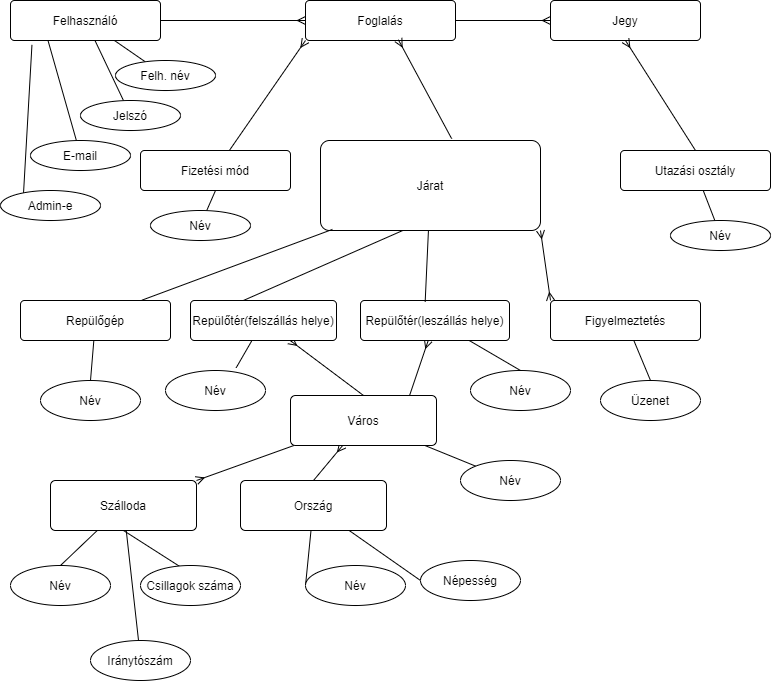
The draw.io diagram repulo_ek.png in kisscsanadd/AdatBazis-Repulos-Projekt, before a commit. Source tidied: cells renumbered, new cells last; positions are measured from the earlier drawing's top-left corner, leaving out a move shared by most shapes.
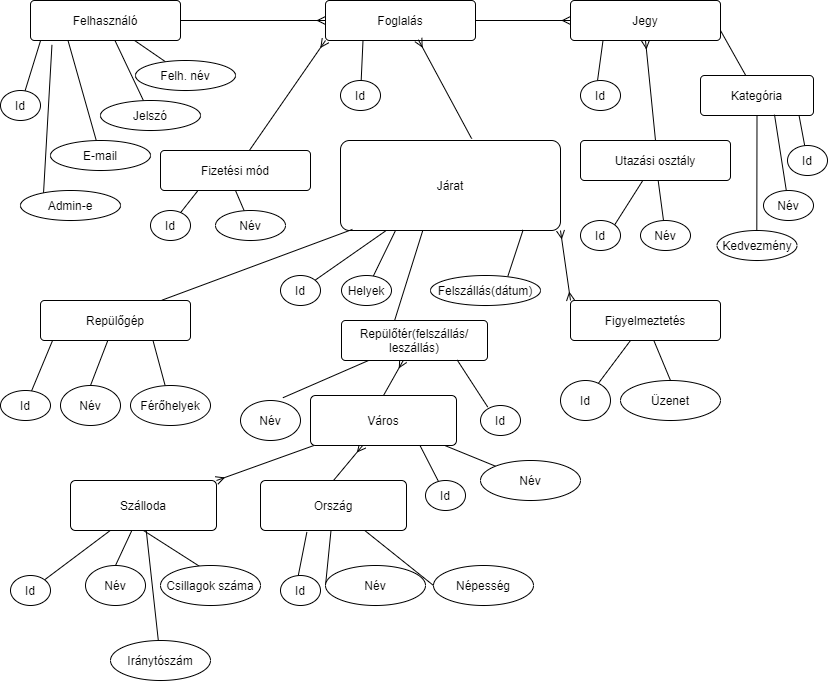
Later version of the same file.

What changed in the source:
```diff
@@ -20,24 +20,12 @@
     <mxCell id="7" style="edgeStyle=none;rounded=0;jettySize=auto;html=1;entryX=0.707;entryY=-0.069;entryDx=0;entryDy=0;entryPerimeter=0;startArrow=none;startFill=0;endArrow=none;endFill=0;" parent="1" edge="1" source="8" target="58">
       <mxGeometry relative="1" as="geometry" />
     </mxCell>
-    <mxCell id="8" value="Repülőtér(felszállás helye)" style="rounded=1;arcSize=10;whiteSpace=wrap;html=1;align=center;" parent="1" vertex="1">
-      <mxGeometry x="190" y="300" width="146" height="40" as="geometry" />
+    <mxCell id="8" value="Repülőtér(felszállás/ leszállás)" style="rounded=1;arcSize=10;whiteSpace=wrap;html=1;align=center;" parent="1" vertex="1">
+      <mxGeometry x="321" y="320" width="146" height="40" as="geometry" />
     </mxCell>
     <mxCell id="9" style="endArrow=none;html=1;rounded=0;exitX=0.364;exitY=-0.003;exitDx=0;exitDy=0;exitPerimeter=0;entryX=0.374;entryY=1;entryDx=0;entryDy=0;entryPerimeter=0;" parent="1" edge="1" source="8" target="4">
       <mxGeometry relative="1" as="geometry" />
     </mxCell>
-    <mxCell id="10" style="edgeStyle=none;rounded=0;jettySize=auto;html=1;entryX=0.816;entryY=-0.004;entryDx=0;entryDy=0;entryPerimeter=0;endArrow=none;endFill=0;startArrow=ERmany;startFill=0;" parent="1" edge="1" source="12" target="17">
-      <mxGeometry relative="1" as="geometry" />
-    </mxCell>
-    <mxCell id="11" style="edgeStyle=none;rounded=0;jettySize=auto;html=1;entryX=0.5;entryY=0;entryDx=0;entryDy=0;startArrow=none;startFill=0;endArrow=none;endFill=0;" parent="1" edge="1" source="12" target="59">
-      <mxGeometry relative="1" as="geometry" />
-    </mxCell>
-    <mxCell id="12" value="Repülőtér(leszállás helye)" style="rounded=1;arcSize=10;whiteSpace=wrap;html=1;align=center;" parent="1" vertex="1">
-      <mxGeometry x="360" y="300" width="149" height="40" as="geometry" />
-    </mxCell>
-    <mxCell id="13" style="endArrow=none;html=1;rounded=0;exitX=0.434;exitY=0.036;exitDx=0;exitDy=0;exitPerimeter=0;" parent="1" edge="1" source="12" target="4">
-      <mxGeometry relative="1" as="geometry" />
-    </mxCell>
     <mxCell id="14" style="edgeStyle=none;rounded=0;jettySize=auto;html=1;entryX=0.5;entryY=0;entryDx=0;entryDy=0;endArrow=none;endFill=0;startArrow=ERmany;startFill=0;" parent="1" edge="1" source="17" target="20">
       <mxGeometry relative="1" as="geometry" />
     </mxCell>
@@ -110,8 +98,11 @@
     <mxCell id="37" style="edgeStyle=none;rounded=0;jettySize=auto;html=1;startArrow=none;startFill=0;endArrow=none;endFill=0;" parent="1" edge="1" source="38" target="52">
       <mxGeometry relative="1" as="geometry" />
     </mxCell>
+    <mxCell id="60" style="rounded=0;jettySize=auto;html=1;entryX=1;entryY=0;entryDx=0;entryDy=0;endArrow=none;endFill=0;" parent="1" edge="1" source="38" target="61">
+      <mxGeometry relative="1" as="geometry" />
+    </mxCell>
     <mxCell id="38" value="Utazási osztály" style="rounded=1;arcSize=10;whiteSpace=wrap;html=1;align=center;" parent="1" vertex="1">
-      <mxGeometry x="620" y="150" width="150" height="40" as="geometry" />
+      <mxGeometry x="560" y="140" width="150" height="40" as="geometry" />
     </mxCell>
     <mxCell id="39" style="edgeStyle=none;rounded=0;jettySize=auto;html=1;endArrow=ERmany;endFill=0;entryX=0;entryY=0.5;entryDx=0;entryDy=0;exitX=1;exitY=0.5;exitDx=0;exitDy=0;" parent="1" edge="1" source="28" target="29">
       <mxGeometry relative="1" as="geometry" />
@@ -120,13 +111,13 @@
       <mxGeometry relative="1" as="geometry" />
     </mxCell>
     <mxCell id="41" value="Népesség" style="ellipse;whiteSpace=wrap;html=1;align=center;" parent="1" vertex="1">
-      <mxGeometry x="420" y="560" width="100" height="40" as="geometry" />
+      <mxGeometry x="413" y="565" width="100" height="40" as="geometry" />
     </mxCell>
     <mxCell id="42" value="Üzenet" style="ellipse;whiteSpace=wrap;html=1;align=center;" parent="1" vertex="1">
       <mxGeometry x="600" y="380" width="100" height="40" as="geometry" />
     </mxCell>
     <mxCell id="43" value="Név" style="ellipse;whiteSpace=wrap;html=1;align=center;" parent="1" vertex="1">
-      <mxGeometry x="40" y="380" width="100" height="40" as="geometry" />
+      <mxGeometry x="40" y="385" width="60" height="40" as="geometry" />
     </mxCell>
     <mxCell id="44" value="Név" style="ellipse;whiteSpace=wrap;html=1;align=center;" parent="1" vertex="1">
       <mxGeometry x="460" y="460" width="100" height="40" as="geometry" />
@@ -135,7 +126,7 @@
       <mxGeometry x="305" y="565" width="100" height="40" as="geometry" />
     </mxCell>
     <mxCell id="46" value="Név" style="ellipse;whiteSpace=wrap;html=1;align=center;" parent="1" vertex="1">
-      <mxGeometry x="10" y="565" width="100" height="40" as="geometry" />
+      <mxGeometry x="65" y="565" width="60" height="40" as="geometry" />
     </mxCell>
     <mxCell id="47" value="Csillagok száma" style="ellipse;whiteSpace=wrap;html=1;align=center;" parent="1" vertex="1">
       <mxGeometry x="140" y="565" width="100" height="40" as="geometry" />
@@ -150,10 +141,10 @@
       <mxGeometry relative="1" as="geometry" />
     </mxCell>
     <mxCell id="51" value="Név" style="ellipse;whiteSpace=wrap;html=1;align=center;" parent="1" vertex="1">
-      <mxGeometry x="150" y="210" width="100" height="30" as="geometry" />
+      <mxGeometry x="195" y="210" width="70" height="30" as="geometry" />
     </mxCell>
     <mxCell id="52" value="Név" style="ellipse;whiteSpace=wrap;html=1;align=center;" parent="1" vertex="1">
-      <mxGeometry x="670" y="220" width="100" height="30" as="geometry" />
+      <mxGeometry x="620" y="220" width="50" height="30" as="geometry" />
     </mxCell>
     <mxCell id="53" value="Felh. név" style="ellipse;whiteSpace=wrap;html=1;align=center;" parent="1" vertex="1">
       <mxGeometry x="115" y="60" width="100" height="30" as="geometry" />
@@ -171,10 +162,130 @@
       <mxGeometry y="190" width="100" height="30" as="geometry" />
     </mxCell>
     <mxCell id="58" value="Név" style="ellipse;whiteSpace=wrap;html=1;align=center;" parent="1" vertex="1">
-      <mxGeometry x="165" y="370" width="100" height="40" as="geometry" />
+      <mxGeometry x="220" y="400" width="60" height="40" as="geometry" />
     </mxCell>
+    <mxCell id="61" value="Id" style="ellipse;whiteSpace=wrap;html=1;align=center;" parent="1" vertex="1">
+      <mxGeometry x="560" y="220" width="40" height="30" as="geometry" />
+    </mxCell>
+    <mxCell id="62" style="edgeStyle=none;rounded=0;orthogonalLoop=1;jettySize=auto;html=1;exitX=1;exitY=0.5;exitDx=0;exitDy=0;endArrow=none;endFill=0;" parent="1" edge="1" source="52" target="52">
+      <mxGeometry relative="1" as="geometry" />
+    </mxCell>
+    <mxCell id="63" style="edgeStyle=none;rounded=0;jettySize=auto;html=1;entryX=0.25;entryY=1;entryDx=0;entryDy=0;endArrow=none;endFill=0;" parent="1" edge="1" source="64" target="34">
+      <mxGeometry relative="1" as="geometry" />
+    </mxCell>
+    <mxCell id="64" value="Id" style="ellipse;whiteSpace=wrap;html=1;align=center;" parent="1" vertex="1">
+      <mxGeometry x="130" y="210" width="40" height="30" as="geometry" />
+    </mxCell>
+    <mxCell id="65" style="edgeStyle=none;rounded=0;jettySize=auto;html=1;entryX=0.25;entryY=1;entryDx=0;entryDy=0;endArrow=none;endFill=0;" parent="1" edge="1" source="66" target="28">
+      <mxGeometry relative="1" as="geometry" />
+    </mxCell>
+    <mxCell id="66" value="Id" style="ellipse;whiteSpace=wrap;html=1;align=center;" parent="1" vertex="1">
+      <mxGeometry x="320" y="80" width="40" height="30" as="geometry" />
+    </mxCell>
+    <mxCell id="67" style="edgeStyle=none;rounded=0;orthogonalLoop=1;jettySize=auto;html=1;entryX=0.25;entryY=1;entryDx=0;entryDy=0;endArrow=none;endFill=0;" parent="1" edge="1">
+      <mxGeometry relative="1" as="geometry">
+        <mxPoint x="577" y="80.1" as="sourcePoint" />
+        <mxPoint x="582.5" y="40" as="targetPoint" />
+      </mxGeometry>
+    </mxCell>
+    <mxCell id="68" value="Id" style="ellipse;whiteSpace=wrap;html=1;align=center;" parent="1" vertex="1">
+      <mxGeometry x="560" y="80" width="40" height="30" as="geometry" />
+    </mxCell>
+    <mxCell id="69" style="edgeStyle=none;rounded=0;jettySize=auto;html=1;entryX=1;entryY=0.75;entryDx=0;entryDy=0;endArrow=none;endFill=0;" parent="1" edge="1" source="70" target="29">
+      <mxGeometry relative="1" as="geometry" />
+    </mxCell>
+    <mxCell id="70" value="Kategória" style="rounded=1;arcSize=10;whiteSpace=wrap;html=1;align=center;" parent="1" vertex="1">
+      <mxGeometry x="680" y="75" width="113" height="40" as="geometry" />
+    </mxCell>
+    <mxCell id="71" style="edgeStyle=none;rounded=0;jettySize=auto;html=1;entryX=0.873;entryY=1.013;entryDx=0;entryDy=0;entryPerimeter=0;endArrow=none;endFill=0;" parent="1" edge="1" source="72" target="70">
+      <mxGeometry relative="1" as="geometry" />
+    </mxCell>
+    <mxCell id="72" value="Id" style="ellipse;whiteSpace=wrap;html=1;align=center;" parent="1" vertex="1">
+      <mxGeometry x="767" y="145" width="40" height="30" as="geometry" />
+    </mxCell>
+    <mxCell id="73" style="edgeStyle=none;rounded=0;jettySize=auto;html=1;entryX=0.655;entryY=0.979;entryDx=0;entryDy=0;endArrow=none;endFill=0;entryPerimeter=0;" parent="1" edge="1" source="59" target="70">
+      <mxGeometry relative="1" as="geometry" />
+    </mxCell>
     <mxCell id="59" value="Név" style="ellipse;whiteSpace=wrap;html=1;align=center;" parent="1" vertex="1">
-      <mxGeometry x="470" y="370" width="100" height="40" as="geometry" />
+      <mxGeometry x="743" y="190" width="50" height="30" as="geometry" />
     </mxCell>
+    <mxCell id="74" style="edgeStyle=none;rounded=0;jettySize=auto;html=1;endArrow=none;endFill=0;" parent="1" edge="1" source="75" target="70">
+      <mxGeometry relative="1" as="geometry" />
+    </mxCell>
+    <mxCell id="75" value="Kedvezmény" style="ellipse;whiteSpace=wrap;html=1;align=center;" parent="1" vertex="1">
+      <mxGeometry x="696.5" y="230" width="80" height="30" as="geometry" />
+    </mxCell>
+    <mxCell id="76" style="edgeStyle=none;rounded=0;jettySize=auto;html=1;endArrow=none;endFill=0;" parent="1" edge="1" source="77" target="4">
+      <mxGeometry relative="1" as="geometry" />
+    </mxCell>
+    <mxCell id="77" value="Id" style="ellipse;whiteSpace=wrap;html=1;align=center;" parent="1" vertex="1">
+      <mxGeometry x="260" y="275" width="40" height="30" as="geometry" />
+    </mxCell>
+    <mxCell id="78" style="edgeStyle=none;rounded=0;jettySize=auto;html=1;entryX=0.83;entryY=0.994;entryDx=0;entryDy=0;entryPerimeter=0;endArrow=none;endFill=0;exitX=0.703;exitY=0.028;exitDx=0;exitDy=0;exitPerimeter=0;" parent="1" edge="1" source="79" target="4">
+      <mxGeometry relative="1" as="geometry" />
+    </mxCell>
+    <mxCell id="79" value="Felszállás(dátum)" style="ellipse;whiteSpace=wrap;html=1;align=center;" parent="1" vertex="1">
+      <mxGeometry x="410" y="275" width="110" height="30" as="geometry" />
+    </mxCell>
+    <mxCell id="80" style="edgeStyle=none;rounded=0;jettySize=auto;html=1;entryX=0.25;entryY=1;entryDx=0;entryDy=0;endArrow=none;endFill=0;" parent="1" edge="1" source="81" target="4">
+      <mxGeometry relative="1" as="geometry" />
+    </mxCell>
+    <mxCell id="81" value="Helyek" style="ellipse;whiteSpace=wrap;html=1;align=center;" parent="1" vertex="1">
+      <mxGeometry x="321" y="275" width="50" height="30" as="geometry" />
+    </mxCell>
+    <mxCell id="82" style="edgeStyle=none;rounded=0;orthogonalLoop=1;jettySize=auto;html=1;entryX=0.82;entryY=0.988;entryDx=0;entryDy=0;entryPerimeter=0;endArrow=none;endFill=0;" parent="1" edge="1">
+      <mxGeometry relative="1" as="geometry">
+        <mxPoint x="467.2" y="406.5" as="sourcePoint" />
+        <mxPoint x="436.7" y="359.5" as="targetPoint" />
+      </mxGeometry>
+    </mxCell>
+    <mxCell id="83" value="Id" style="ellipse;whiteSpace=wrap;html=1;align=center;" parent="1" vertex="1">
+      <mxGeometry x="460" y="405" width="40" height="30" as="geometry" />
+    </mxCell>
+    <mxCell id="84" style="edgeStyle=none;rounded=0;jettySize=auto;html=1;entryX=0.75;entryY=1;entryDx=0;entryDy=0;endArrow=none;endFill=0;" parent="1" edge="1" source="85" target="17">
+      <mxGeometry relative="1" as="geometry" />
+    </mxCell>
+    <mxCell id="85" value="Id" style="ellipse;whiteSpace=wrap;html=1;align=center;" parent="1" vertex="1">
+      <mxGeometry x="405" y="480" width="40" height="30" as="geometry" />
+    </mxCell>
+    <mxCell id="86" style="edgeStyle=none;rounded=0;jettySize=auto;html=1;entryX=0.08;entryY=1.004;entryDx=0;entryDy=0;entryPerimeter=0;endArrow=none;endFill=0;" parent="1" edge="1" source="87" target="3">
+      <mxGeometry relative="1" as="geometry" />
+    </mxCell>
+    <mxCell id="87" value="Id" style="ellipse;whiteSpace=wrap;html=1;align=center;" parent="1" vertex="1">
+      <mxGeometry x="-20" y="390" width="50" height="30" as="geometry" />
+    </mxCell>
+    <mxCell id="88" style="edgeStyle=none;rounded=0;jettySize=auto;html=1;entryX=0.75;entryY=1;entryDx=0;entryDy=0;endArrow=none;endFill=0;" parent="1" edge="1" source="89" target="3">
+      <mxGeometry relative="1" as="geometry" />
+    </mxCell>
+    <mxCell id="89" value="Férőhelyek" style="ellipse;whiteSpace=wrap;html=1;align=center;" parent="1" vertex="1">
+      <mxGeometry x="110" y="385" width="80" height="40" as="geometry" />
+    </mxCell>
+    <mxCell id="90" style="edgeStyle=none;rounded=0;orthogonalLoop=1;jettySize=auto;html=1;entryX=0.352;entryY=1.03;entryDx=0;entryDy=0;entryPerimeter=0;endArrow=none;endFill=0;" parent="1" edge="1">
+      <mxGeometry relative="1" as="geometry">
+        <mxPoint x="277.8" y="575.1" as="sourcePoint" />
+        <mxPoint x="286.4" y="531.5" as="targetPoint" />
+      </mxGeometry>
+    </mxCell>
+    <mxCell id="91" value="Id" style="ellipse;whiteSpace=wrap;html=1;align=center;" parent="1" vertex="1">
+      <mxGeometry x="260" y="575" width="40" height="30" as="geometry" />
+    </mxCell>
+    <mxCell id="92" style="edgeStyle=none;rounded=0;jettySize=auto;html=1;endArrow=none;endFill=0;" parent="1" edge="1" source="93" target="23">
+      <mxGeometry relative="1" as="geometry" />
+    </mxCell>
+    <mxCell id="93" value="Id" style="ellipse;whiteSpace=wrap;html=1;align=center;" parent="1" vertex="1">
+      <mxGeometry x="-10" y="575" width="40" height="30" as="geometry" />
+    </mxCell>
+    <mxCell id="94" style="edgeStyle=none;rounded=0;jettySize=auto;html=1;endArrow=none;endFill=0;" parent="1" edge="1" source="95" target="32">
+      <mxGeometry relative="1" as="geometry" />
+    </mxCell>
+    <mxCell id="95" value="Id" style="ellipse;whiteSpace=wrap;html=1;align=center;" parent="1" vertex="1">
+      <mxGeometry x="540" y="380" width="50" height="40" as="geometry" />
+    </mxCell>
+    <mxCell id="96" style="edgeStyle=none;rounded=0;jettySize=auto;html=1;entryX=0.067;entryY=1.004;entryDx=0;entryDy=0;entryPerimeter=0;endArrow=none;endFill=0;" parent="1" edge="1" source="97" target="27">
+      <mxGeometry relative="1" as="geometry" />
+    </mxCell>
+    <mxCell id="97" value="Id" style="ellipse;whiteSpace=wrap;html=1;align=center;" parent="1" vertex="1">
+      <mxGeometry x="-20" y="90" width="40" height="30" as="geometry" />
+    </mxCell>
   </root>
 </mxGraphModel>
```
